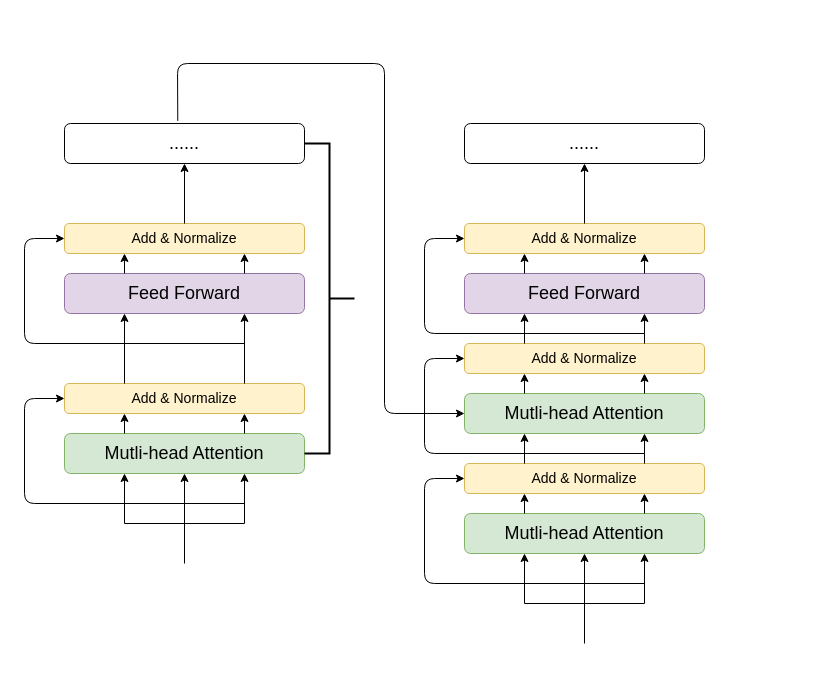
Before: Untitled Diagram.drawio in AFEDQK/TortoiseGit, a draw.io diagram. Source tidied: cells renumbered, new cells numbered last; positions are measured from the earlier drawing's top-left corner, leaving out a move shared by most shapes. Both pictures are drawn from the tidied source at 100%, with x=0, y=0 at pixel (24, 63).
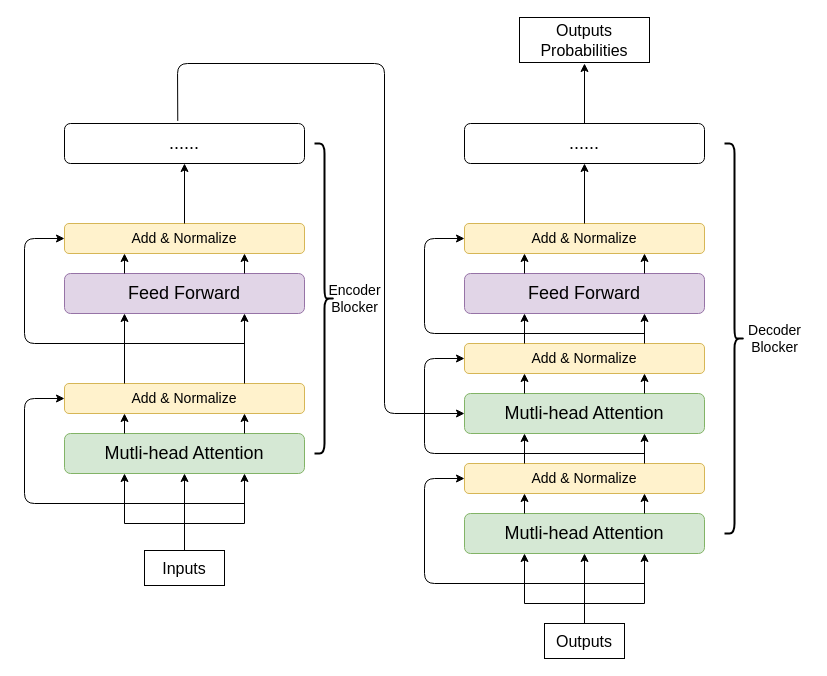
Above is the later version.

Unchanged cells that the change refers to:
```xml
<mxCell id="40" value="&lt;font style=&quot;font-size: 18px&quot;&gt;......&lt;/font&gt;" style="rounded=1;whiteSpace=wrap;html=1;" parent="1" vertex="1">
  <mxGeometry x="440" y="60" width="240" height="40" as="geometry" />
</mxCell>
```

Diff of the diagram source:
```diff
@@
     <mxCell id="42" style="endArrow=none;html=1;fillColor=#000000;" parent="1" edge="1">
       <mxGeometry relative="1" as="geometry">
-        <mxPoint x="160" y="500" as="sourcePoint" />
+        <mxPoint x="160" y="490" as="sourcePoint" />
         <mxPoint x="160" y="460" as="targetPoint" />
       </mxGeometry>
     </mxCell>
@@
-    <mxCell id="48" style="strokeWidth=2;html=1;shape=mxgraph.flowchart.annotation_2;align=left;labelPosition=right;rotation=-180;" parent="1" vertex="1">
-      <mxGeometry x="280" y="80" width="50" height="310" as="geometry" />
-    </mxCell>
+    <mxCell id="49" value="&lt;font style=&quot;font-size: 16px&quot;&gt;Outputs&lt;/font&gt;" style="rounded=0;whiteSpace=wrap;html=1;strokeWidth=1;" parent="1" vertex="1">
+      <mxGeometry x="520" y="560" width="80" height="35" as="geometry" />
+    </mxCell>
+    <mxCell id="50" value="&lt;font style=&quot;font-size: 16px&quot;&gt;Inputs&lt;/font&gt;" style="rounded=0;whiteSpace=wrap;html=1;strokeWidth=1;" parent="1" vertex="1">
+      <mxGeometry x="120" y="487" width="80" height="35" as="geometry" />
+    </mxCell>
+    <mxCell id="51" style="endArrow=classic;html=1;fillColor=#000000;exitX=0.5;exitY=0;exitDx=0;exitDy=0;" parent="1" edge="1" source="40">
+      <mxGeometry relative="1" as="geometry">
+        <mxPoint x="560" as="targetPoint" />
+      </mxGeometry>
+    </mxCell>
+    <mxCell id="52" value="&lt;font style=&quot;font-size: 16px&quot;&gt;Outputs Probabilities&lt;/font&gt;" style="rounded=0;whiteSpace=wrap;html=1;strokeWidth=1;" parent="1" vertex="1">
+      <mxGeometry x="495" y="-46" width="130" height="45" as="geometry" />
+    </mxCell>
+    <mxCell id="53" style="shape=curlyBracket;whiteSpace=wrap;html=1;rounded=1;sketch=0;strokeWidth=2;rotation=-180;" parent="1" vertex="1">
+      <mxGeometry x="290" y="80" width="20" height="310" as="geometry" />
+    </mxCell>
+    <mxCell id="54" style="shape=curlyBracket;whiteSpace=wrap;html=1;rounded=1;sketch=0;strokeWidth=2;rotation=-180;" parent="1" vertex="1">
+      <mxGeometry x="700" y="80" width="20" height="390" as="geometry" />
+    </mxCell>
+    <mxCell id="55" value="&lt;font style=&quot;font-size: 14px&quot;&gt;Encoder&lt;br&gt;Blocker&lt;/font&gt;" style="text;html=1;align=center;verticalAlign=middle;fillColor=none;strokeColor=none;rounded=0;sketch=0;" parent="1" vertex="1">
+      <mxGeometry x="295" y="220" width="70" height="30" as="geometry" />
+    </mxCell>
+    <mxCell id="56" value="&lt;font style=&quot;font-size: 14px&quot;&gt;Decoder&lt;br&gt;Blocker&lt;/font&gt;" style="text;html=1;align=center;verticalAlign=middle;fillColor=none;strokeColor=none;rounded=0;sketch=0;" parent="1" vertex="1">
+      <mxGeometry x="715" y="260" width="70" height="30" as="geometry" />
+    </mxCell>
```
